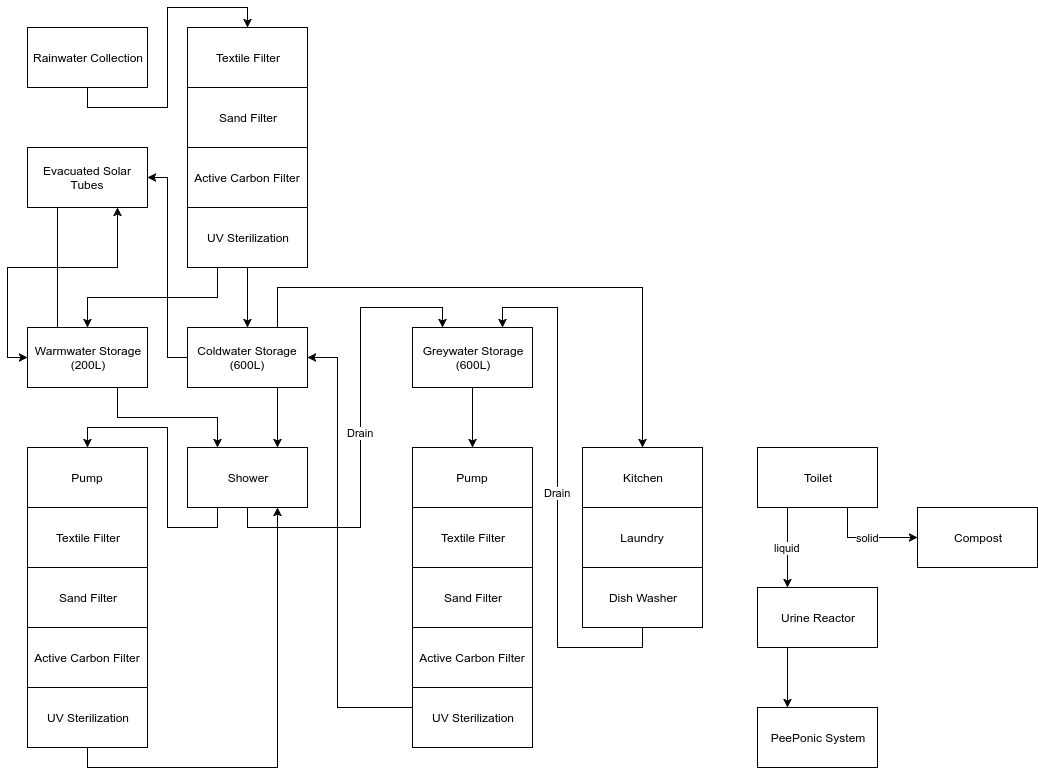
Earlier version of the draw.io export schema.png (planetarytechnology/water.loop). Source tidied: cells renumbered, new cells last; positions are measured from the earlier drawing's top-left corner, leaving out a move shared by most shapes.
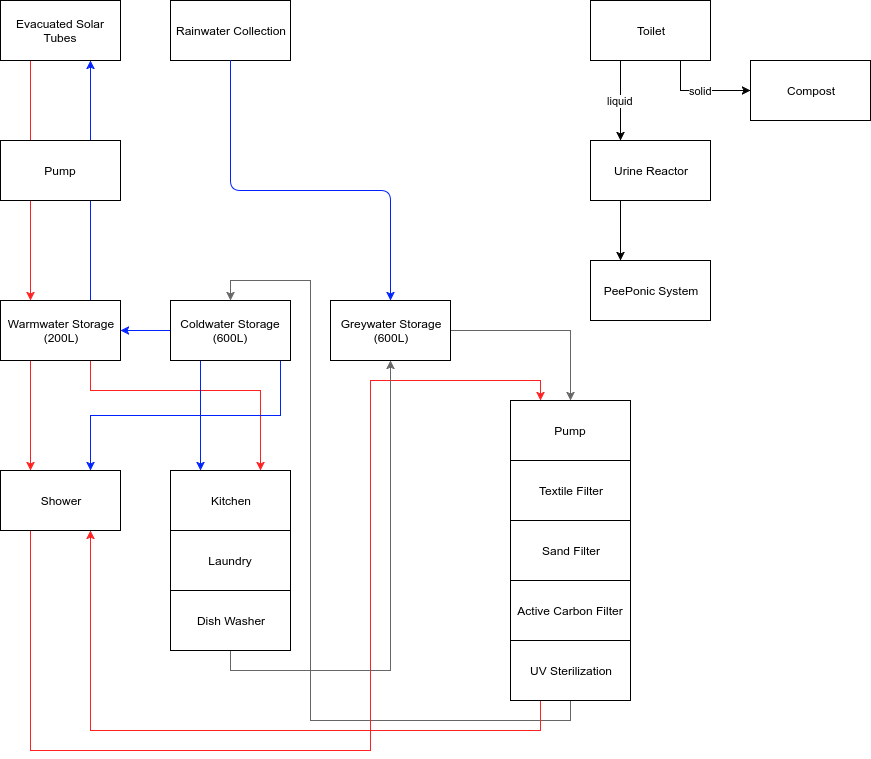
After the change.

Commit message:
schema update /tube offer

Diff of the diagram source:
```diff
@@ -2,130 +2,117 @@
   <root>
     <mxCell id="0" />
     <mxCell id="1" parent="0" />
-    <mxCell id="2" style="edgeStyle=orthogonalEdgeStyle;rounded=0;html=1;exitX=0.5;exitY=1;entryX=0.5;entryY=0;jettySize=auto;" parent="1" edge="1" source="3" target="26">
-      <mxGeometry relative="1" as="geometry" />
-    </mxCell>
     <mxCell id="3" value="Rainwater Collection" style="whiteSpace=wrap;html=1;" parent="1" vertex="1">
-      <mxGeometry width="120" height="60" as="geometry" />
+      <mxGeometry x="170" width="120" height="60" as="geometry" />
     </mxCell>
+    <mxCell id="5" style="edgeStyle=orthogonalEdgeStyle;rounded=0;html=1;exitX=0.75;exitY=0;entryX=0.75;entryY=1;jettySize=auto;strokeColor=#0022FF;" parent="1" edge="1" source="6" target="37">
+      <mxGeometry relative="1" as="geometry" />
+    </mxCell>
-    <mxCell id="4" style="edgeStyle=orthogonalEdgeStyle;rounded=0;html=1;exitX=0.75;exitY=1;entryX=0.25;entryY=0;jettySize=auto;" parent="1" edge="1" source="6" target="25">
-      <mxGeometry relative="1" as="geometry" />
+    <mxCell id="4" style="edgeStyle=orthogonalEdgeStyle;rounded=0;html=1;exitX=0.75;exitY=1;entryX=0.25;entryY=0;jettySize=auto;strokeColor=#FF2121;" parent="1" edge="1" source="6" target="25">
+      <mxGeometry relative="1" as="geometry">
+        <Array as="points">
+          <mxPoint x="30" y="360" />
+        </Array>
+      </mxGeometry>
     </mxCell>
-    <mxCell id="5" style="edgeStyle=orthogonalEdgeStyle;rounded=0;html=1;exitX=0.25;exitY=0;entryX=0.75;entryY=1;jettySize=auto;" parent="1" edge="1" source="6" target="37">
-      <mxGeometry relative="1" as="geometry" />
-    </mxCell>
+    <mxCell id="47" style="edgeStyle=orthogonalEdgeStyle;rounded=0;html=1;exitX=0.75;exitY=1;entryX=0.75;entryY=0;jettySize=auto;strokeColor=#FF2121;" parent="1" edge="1" source="6" target="32">
+      <mxGeometry relative="1" as="geometry">
+        <Array as="points">
+          <mxPoint x="90" y="390" />
+          <mxPoint x="260" y="390" />
+        </Array>
+      </mxGeometry>
+    </mxCell>
     <mxCell id="6" value="Warmwater Storage&lt;div&gt;(200L)&lt;/div&gt;" style="whiteSpace=wrap;html=1;" parent="1" vertex="1">
       <mxGeometry y="300" width="120" height="60" as="geometry" />
     </mxCell>
+    <mxCell id="8" style="edgeStyle=orthogonalEdgeStyle;rounded=0;html=1;exitX=0.75;exitY=1;entryX=0.75;entryY=0;jettySize=auto;strokeColor=#0022FF;" parent="1" edge="1" source="10" target="25">
+      <mxGeometry relative="1" as="geometry">
+        <Array as="points">
+          <mxPoint x="280" y="360" />
+          <mxPoint x="280" y="415" />
+          <mxPoint x="90" y="415" />
+        </Array>
+      </mxGeometry>
+    </mxCell>
+    <mxCell id="48" style="edgeStyle=orthogonalEdgeStyle;rounded=0;html=1;exitX=0;exitY=0.5;entryX=1;entryY=0.5;jettySize=auto;strokeColor=#0022FF;" parent="1" edge="1" source="10" target="6">
+      <mxGeometry relative="1" as="geometry" />
+    </mxCell>
-    <mxCell id="7" style="edgeStyle=orthogonalEdgeStyle;rounded=0;html=1;exitX=0.75;exitY=0;entryX=0.5;entryY=0;jettySize=auto;" parent="1" edge="1" source="10" target="32">
-      <mxGeometry relative="1" as="geometry">
-        <Array as="points">
-          <mxPoint x="250" y="260" />
-          <mxPoint x="615" y="260" />
-        </Array>
-      </mxGeometry>
+    <mxCell id="7" style="edgeStyle=orthogonalEdgeStyle;rounded=0;html=1;exitX=0.25;exitY=1;entryX=0.25;entryY=0;jettySize=auto;strokeColor=#0022FF;" parent="1" edge="1" source="10" target="32">
+      <mxGeometry relative="1" as="geometry" />
     </mxCell>
-    <mxCell id="8" style="edgeStyle=orthogonalEdgeStyle;rounded=0;html=1;exitX=0.75;exitY=1;entryX=0.75;entryY=0;jettySize=auto;" parent="1" edge="1" source="10" target="25">
-      <mxGeometry relative="1" as="geometry" />
-    </mxCell>
-    <mxCell id="9" style="edgeStyle=orthogonalEdgeStyle;rounded=0;html=1;exitX=0;exitY=0.5;entryX=1;entryY=0.5;jettySize=auto;" parent="1" edge="1" source="10" target="37">
-      <mxGeometry relative="1" as="geometry" />
-    </mxCell>
     <mxCell id="10" value="Coldwater Storage&lt;div&gt;(600L)&lt;/div&gt;" style="whiteSpace=wrap;html=1;" parent="1" vertex="1">
-      <mxGeometry x="160" y="300" width="120" height="60" as="geometry" />
+      <mxGeometry x="170" y="300" width="120" height="60" as="geometry" />
     </mxCell>
-    <mxCell id="11" style="edgeStyle=orthogonalEdgeStyle;rounded=0;html=1;exitX=0.5;exitY=1;entryX=0.5;entryY=0;jettySize=auto;" parent="1" edge="1" source="12" target="39">
+    <mxCell id="11" style="edgeStyle=orthogonalEdgeStyle;rounded=0;html=1;exitX=1;exitY=0.5;entryX=0.5;entryY=0;jettySize=auto;strokeColor=#666666;" parent="1" edge="1" source="12" target="39">
       <mxGeometry relative="1" as="geometry" />
     </mxCell>
     <mxCell id="12" value="Greywater&amp;nbsp;&lt;span&gt;Storage&lt;/span&gt;&lt;div&gt;&lt;span&gt;(600L)&lt;/span&gt;&lt;/div&gt;" style="whiteSpace=wrap;html=1;" parent="1" vertex="1">
-      <mxGeometry x="385" y="300" width="120" height="60" as="geometry" />
+      <mxGeometry x="330" y="300" width="120" height="60" as="geometry" />
     </mxCell>
-    <mxCell id="13" value="Textile Filter" style="whiteSpace=wrap;html=1;" parent="1" vertex="1">
-      <mxGeometry y="480" width="120" height="60" as="geometry" />
-    </mxCell>
-    <mxCell id="14" value="Sand Filter" style="whiteSpace=wrap;html=1;" parent="1" vertex="1">
-      <mxGeometry y="540" width="120" height="60" as="geometry" />
-    </mxCell>
-    <mxCell id="15" value="Active Carbon Filter" style="whiteSpace=wrap;html=1;" parent="1" vertex="1">
-      <mxGeometry y="600" width="120" height="60" as="geometry" />
-    </mxCell>
-    <mxCell id="16" style="edgeStyle=orthogonalEdgeStyle;rounded=0;html=1;exitX=0.5;exitY=1;entryX=0.75;entryY=1;jettySize=auto;" parent="1" edge="1" source="17" target="25">
-      <mxGeometry relative="1" as="geometry" />
-    </mxCell>
-    <mxCell id="17" value="UV Sterilization" style="whiteSpace=wrap;html=1;" parent="1" vertex="1">
-      <mxGeometry y="660" width="120" height="60" as="geometry" />
-    </mxCell>
     <mxCell id="18" value="Textile Filter" style="whiteSpace=wrap;html=1;" parent="1" vertex="1">
-      <mxGeometry x="385" y="480" width="120" height="60" as="geometry" />
+      <mxGeometry x="510" y="460" width="120" height="60" as="geometry" />
     </mxCell>
     <mxCell id="19" value="Sand Filter" style="whiteSpace=wrap;html=1;" parent="1" vertex="1">
-      <mxGeometry x="385" y="540" width="120" height="60" as="geometry" />
+      <mxGeometry x="510" y="520" width="120" height="60" as="geometry" />
     </mxCell>
     <mxCell id="20" value="Active Carbon Filter" style="whiteSpace=wrap;html=1;" parent="1" vertex="1">
-      <mxGeometry x="385" y="600" width="120" height="60" as="geometry" />
+      <mxGeometry x="510" y="580" width="120" height="60" as="geometry" />
     </mxCell>
-    <mxCell id="21" style="edgeStyle=orthogonalEdgeStyle;rounded=0;html=1;exitX=0.5;exitY=1;entryX=1;entryY=0.5;jettySize=auto;" parent="1" edge="1" source="22" target="10">
+    <mxCell id="21" style="edgeStyle=orthogonalEdgeStyle;rounded=0;html=1;exitX=0.5;exitY=1;entryX=0.5;entryY=0;jettySize=auto;strokeColor=#666666;" parent="1" edge="1" source="22" target="10">
       <mxGeometry relative="1" as="geometry">
         <Array as="points">
-          <mxPoint x="445" y="680" />
-          <mxPoint x="310" y="680" />
-          <mxPoint x="310" y="330" />
+          <mxPoint x="570" y="720" />
+          <mxPoint x="310" y="720" />
+          <mxPoint x="310" y="280" />
+          <mxPoint x="230" y="280" />
         </Array>
       </mxGeometry>
     </mxCell>
+    <mxCell id="49" style="edgeStyle=orthogonalEdgeStyle;rounded=0;html=1;exitX=0.25;exitY=1;entryX=0.75;entryY=1;jettySize=auto;strokeColor=#FF2121;" parent="1" edge="1" source="22" target="25">
+      <mxGeometry relative="1" as="geometry">
+        <Array as="points">
+          <mxPoint x="540" y="730" />
+          <mxPoint x="90" y="730" />
+        </Array>
+      </mxGeometry>
+    </mxCell>
     <mxCell id="22" value="UV Sterilization" style="whiteSpace=wrap;html=1;" parent="1" vertex="1">
-      <mxGeometry x="385" y="660" width="120" height="60" as="geometry" />
+      <mxGeometry x="510" y="640" width="120" height="60" as="geometry" />
     </mxCell>
-    <mxCell id="23" value="Drain" style="edgeStyle=orthogonalEdgeStyle;rounded=0;html=1;exitX=0.5;exitY=1;entryX=0.25;entryY=0;jettySize=auto;" parent="1" edge="1" source="25" target="12">
-      <mxGeometry relative="1" as="geometry" />
-    </mxCell>
-    <mxCell id="24" style="edgeStyle=orthogonalEdgeStyle;rounded=0;html=1;exitX=0.25;exitY=1;entryX=0.5;entryY=0;jettySize=auto;" parent="1" edge="1" source="25" target="38">
-      <mxGeometry relative="1" as="geometry" />
-    </mxCell>
+    <mxCell id="50" style="edgeStyle=orthogonalEdgeStyle;rounded=0;html=1;exitX=0.25;exitY=1;entryX=0.25;entryY=0;jettySize=auto;strokeColor=#FF2121;" parent="1" edge="1" source="25" target="39">
+      <mxGeometry relative="1" as="geometry">
+        <Array as="points">
+          <mxPoint x="30" y="750" />
+          <mxPoint x="370" y="750" />
+          <mxPoint x="370" y="380" />
+          <mxPoint x="540" y="380" />
+        </Array>
+      </mxGeometry>
+    </mxCell>
     <mxCell id="25" value="Shower" style="whiteSpace=wrap;html=1;" parent="1" vertex="1">
-      <mxGeometry x="160" y="420" width="120" height="60" as="geometry" />
+      <mxGeometry y="470" width="120" height="60" as="geometry" />
     </mxCell>
-    <mxCell id="26" value="Textile Filter" style="whiteSpace=wrap;html=1;" parent="1" vertex="1">
-      <mxGeometry x="160" width="120" height="60" as="geometry" />
-    </mxCell>
-    <mxCell id="27" value="Sand Filter" style="whiteSpace=wrap;html=1;" parent="1" vertex="1">
-      <mxGeometry x="160" y="60" width="120" height="60" as="geometry" />
-    </mxCell>
-    <mxCell id="28" value="Active Carbon Filter" style="whiteSpace=wrap;html=1;" parent="1" vertex="1">
-      <mxGeometry x="160" y="120" width="120" height="60" as="geometry" />
-    </mxCell>
-    <mxCell id="29" style="edgeStyle=orthogonalEdgeStyle;rounded=0;html=1;exitX=0.25;exitY=1;entryX=0.5;entryY=0;jettySize=auto;" parent="1" edge="1" source="31" target="6">
-      <mxGeometry relative="1" as="geometry" />
-    </mxCell>
-    <mxCell id="30" style="edgeStyle=orthogonalEdgeStyle;rounded=0;html=1;exitX=0.5;exitY=1;entryX=0.5;entryY=0;jettySize=auto;" parent="1" edge="1" source="31" target="10">
-      <mxGeometry relative="1" as="geometry" />
-    </mxCell>
-    <mxCell id="31" value="UV Sterilization" style="whiteSpace=wrap;html=1;" parent="1" vertex="1">
-      <mxGeometry x="160" y="180" width="120" height="60" as="geometry" />
-    </mxCell>
     <mxCell id="32" value="Kitchen" style="whiteSpace=wrap;html=1;" parent="1" vertex="1">
-      <mxGeometry x="555" y="420" width="120" height="60" as="geometry" />
+      <mxGeometry x="170" y="470" width="120" height="60" as="geometry" />
     </mxCell>
     <mxCell id="33" value="Laundry" style="whiteSpace=wrap;html=1;" parent="1" vertex="1">
-      <mxGeometry x="555" y="480" width="120" height="60" as="geometry" />
+      <mxGeometry x="170" y="530" width="120" height="60" as="geometry" />
     </mxCell>
-    <mxCell id="34" value="Drain" style="edgeStyle=orthogonalEdgeStyle;rounded=0;html=1;exitX=0.5;exitY=1;entryX=0.75;entryY=0;jettySize=auto;" parent="1" edge="1" source="35" target="12">
+    <mxCell id="34" style="edgeStyle=orthogonalEdgeStyle;rounded=0;html=1;exitX=0.5;exitY=1;entryX=0.5;entryY=1;jettySize=auto;strokeColor=#666666;fillColor=#f5f5f5;" parent="1" edge="1" source="35" target="12">
       <mxGeometry relative="1" as="geometry" />
     </mxCell>
     <mxCell id="35" value="Dish Washer" style="whiteSpace=wrap;html=1;" parent="1" vertex="1">
-      <mxGeometry x="555" y="540" width="120" height="60" as="geometry" />
+      <mxGeometry x="170" y="590" width="120" height="60" as="geometry" />
     </mxCell>
-    <mxCell id="36" style="edgeStyle=orthogonalEdgeStyle;rounded=0;html=1;exitX=0.25;exitY=1;entryX=0;entryY=0.5;jettySize=auto;" parent="1" edge="1" source="37" target="6">
+    <mxCell id="36" style="edgeStyle=orthogonalEdgeStyle;rounded=0;html=1;exitX=0.25;exitY=1;entryX=0.25;entryY=0;jettySize=auto;strokeColor=#FF2121;" parent="1" edge="1" source="37" target="6">
       <mxGeometry relative="1" as="geometry" />
     </mxCell>
     <mxCell id="37" value="Evacuated Solar Tubes" style="whiteSpace=wrap;html=1;" parent="1" vertex="1">
-      <mxGeometry y="120" width="120" height="60" as="geometry" />
+      <mxGeometry width="120" height="60" as="geometry" />
     </mxCell>
-    <mxCell id="38" value="Pump" style="whiteSpace=wrap;html=1;" parent="1" vertex="1">
-      <mxGeometry y="420" width="120" height="60" as="geometry" />
-    </mxCell>
     <mxCell id="39" value="Pump" style="whiteSpace=wrap;html=1;" parent="1" vertex="1">
-      <mxGeometry x="385" y="420" width="120" height="60" as="geometry" />
+      <mxGeometry x="510" y="400" width="120" height="60" as="geometry" />
     </mxCell>
     <mxCell id="40" value="liquid" style="edgeStyle=orthogonalEdgeStyle;rounded=0;html=1;exitX=0.25;exitY=1;jettySize=auto;entryX=0.25;entryY=0;" parent="1" edge="1" source="42" target="44">
       <mxGeometry relative="1" as="geometry" />
@@ -134,19 +121,30 @@
       <mxGeometry relative="1" as="geometry" />
     </mxCell>
     <mxCell id="42" value="Toilet" style="whiteSpace=wrap;html=1;" parent="1" vertex="1">
-      <mxGeometry x="730" y="420" width="120" height="60" as="geometry" />
+      <mxGeometry x="590" width="120" height="60" as="geometry" />
     </mxCell>
     <mxCell id="43" style="edgeStyle=orthogonalEdgeStyle;rounded=0;html=1;exitX=0.25;exitY=1;entryX=0.25;entryY=0;jettySize=auto;" parent="1" edge="1" source="44" target="46">
       <mxGeometry relative="1" as="geometry" />
     </mxCell>
     <mxCell id="44" value="Urine Reactor" style="whiteSpace=wrap;html=1;" parent="1" vertex="1">
-      <mxGeometry x="730" y="560" width="120" height="60" as="geometry" />
+      <mxGeometry x="590" y="140" width="120" height="60" as="geometry" />
     </mxCell>
     <mxCell id="45" value="Compost" style="whiteSpace=wrap;html=1;" parent="1" vertex="1">
-      <mxGeometry x="890" y="480" width="120" height="60" as="geometry" />
+      <mxGeometry x="750" y="60" width="120" height="60" as="geometry" />
     </mxCell>
     <mxCell id="46" value="PeePonic System" style="whiteSpace=wrap;html=1;" parent="1" vertex="1">
-      <mxGeometry x="730" y="680" width="120" height="60" as="geometry" />
+      <mxGeometry x="590" y="260" width="120" height="60" as="geometry" />
     </mxCell>
+    <mxCell id="51" style="endArrow=classic;html=1;exitX=0.5;exitY=1;entryX=0.5;entryY=0;fillColor=#dae8fc;strokeColor=#0022FF;" parent="1" edge="1" source="3" target="12">
+      <mxGeometry relative="1" as="geometry">
+        <Array as="points">
+          <mxPoint x="230" y="190" />
+          <mxPoint x="390" y="190" />
+        </Array>
+      </mxGeometry>
+    </mxCell>
+    <mxCell id="38" value="Pump" style="whiteSpace=wrap;html=1;" parent="1" vertex="1">
+      <mxGeometry y="140" width="120" height="60" as="geometry" />
+    </mxCell>
   </root>
 </mxGraphModel>
```
